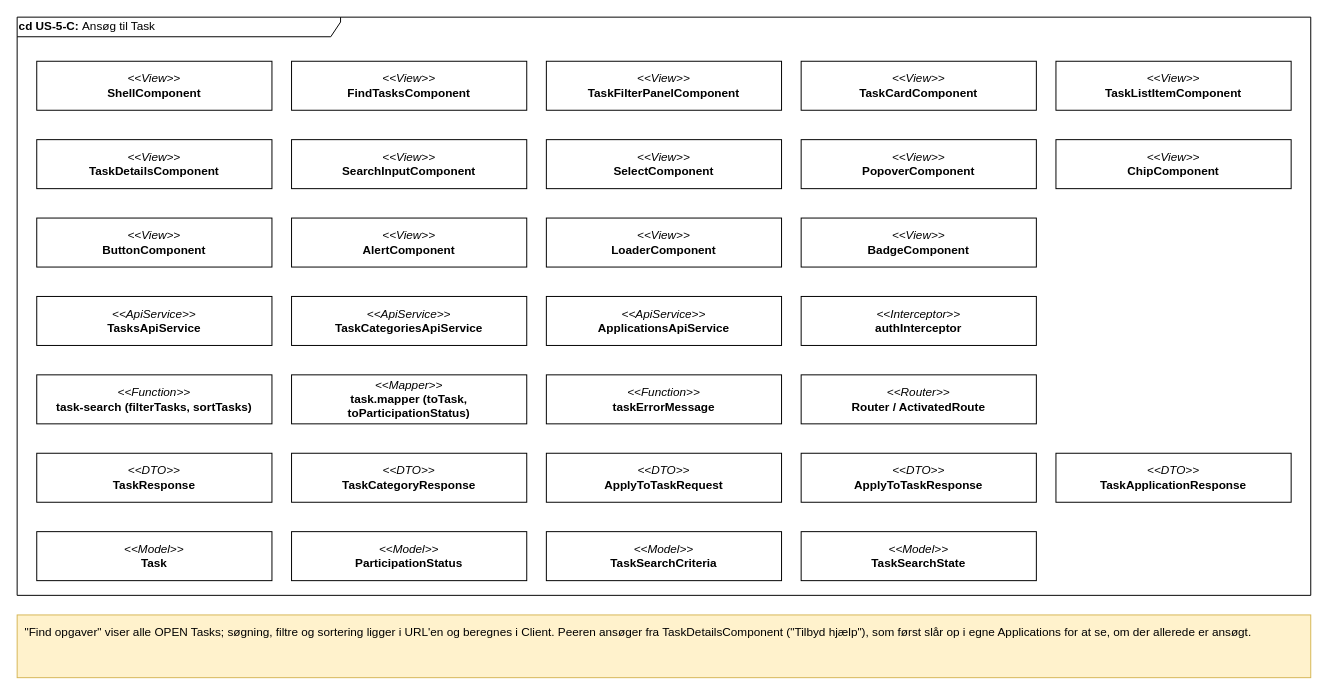
The draw.io diagram page "2 - klasser" (2 of 3) of drawio/Applikationsmodeller/US5/FE/US5_ApplyToTask.drawio in Echo-AU/artifacts, before the edit. Source tidied: cells renumbered, new cells numbered last; positions are measured from the earlier drawing's top-left corner, leaving out a move shared by most shapes. Both pictures are drawn from the tidied source at 98%, with x=0, y=0 at pixel (17, 17).
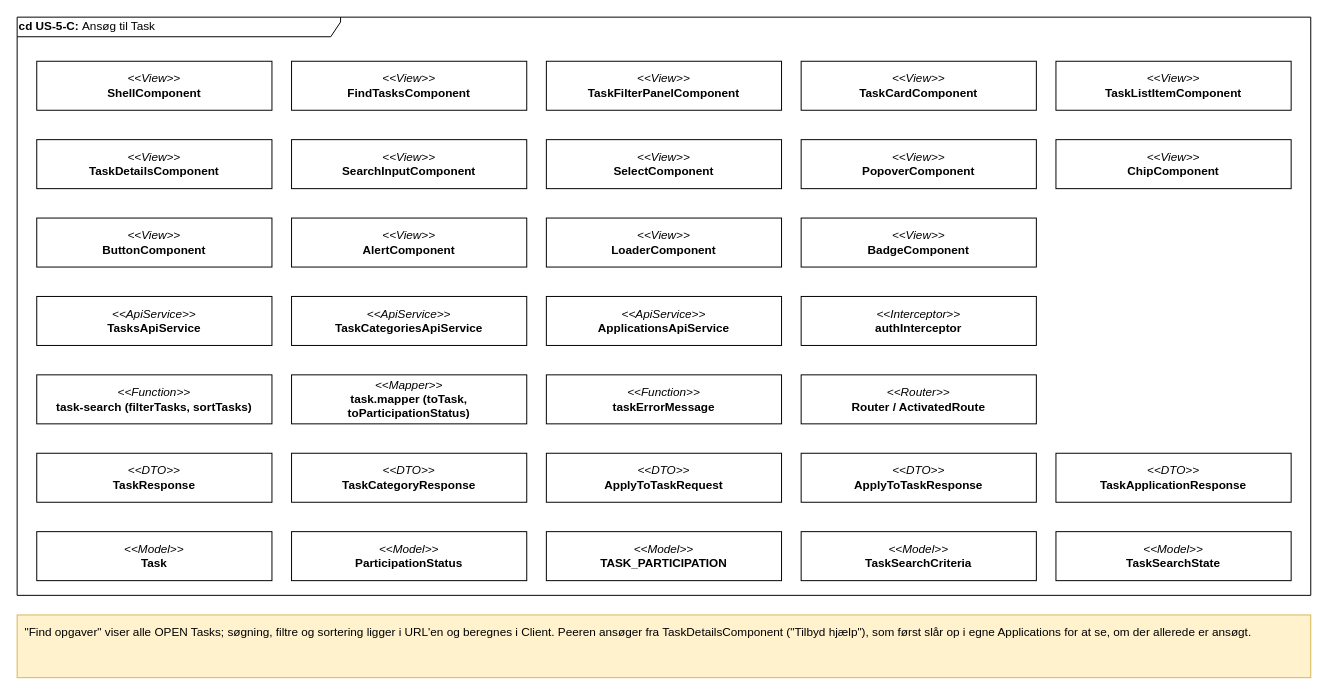
Above is the later version.

Diff of the diagram source:
```diff
@@
-    <mxCell id="32" value="&lt;span style=&quot;font-weight: normal;&quot;&gt;&lt;i&gt;&amp;lt;&amp;lt;Model&amp;gt;&amp;gt;&lt;/i&gt;&lt;/span&gt;&lt;div&gt;TaskSearchCriteria&lt;/div&gt;" style="rounded=0;whiteSpace=wrap;html=1;fontStyle=1;" parent="1" vertex="1">
+    <mxCell id="32" value="&lt;span style=&quot;font-weight: normal;&quot;&gt;&lt;i&gt;&amp;lt;&amp;lt;Model&amp;gt;&amp;gt;&lt;/i&gt;&lt;/span&gt;&lt;div&gt;TASK_PARTICIPATION&lt;/div&gt;" style="rounded=0;whiteSpace=wrap;html=1;fontStyle=1;" parent="1" vertex="1">
       <mxGeometry x="540" y="525" width="240" height="50" as="geometry" />
     </mxCell>
-    <mxCell id="33" value="&lt;span style=&quot;font-weight: normal;&quot;&gt;&lt;i&gt;&amp;lt;&amp;lt;Model&amp;gt;&amp;gt;&lt;/i&gt;&lt;/span&gt;&lt;div&gt;TaskSearchState&lt;/div&gt;" style="rounded=0;whiteSpace=wrap;html=1;fontStyle=1;" parent="1" vertex="1">
+    <mxCell id="33" value="&lt;span style=&quot;font-weight: normal;&quot;&gt;&lt;i&gt;&amp;lt;&amp;lt;Model&amp;gt;&amp;gt;&lt;/i&gt;&lt;/span&gt;&lt;div&gt;TaskSearchCriteria&lt;/div&gt;" style="rounded=0;whiteSpace=wrap;html=1;fontStyle=1;" parent="1" vertex="1">
       <mxGeometry x="800" y="525" width="240" height="50" as="geometry" />
     </mxCell>
-    <mxCell id="34" value="&quot;Find opgaver&quot; viser alle OPEN Tasks; søgning, filtre og sortering ligger i URL'en og beregnes i Client. Peeren ansøger fra TaskDetailsComponent (&quot;Tilbyd hjælp&quot;), som først slår op i egne Applications for at se, om der allerede er ansøgt." style="rounded=0;whiteSpace=wrap;html=1;fillColor=#fff2cc;strokeColor=#d6b656;align=left;verticalAlign=top;spacingLeft=6;spacingTop=4;" parent="1" vertex="1">
-      <mxGeometry y="610" width="1320" height="64" as="geometry" />
+    <mxCell id="34" value="&lt;span style=&quot;font-weight: normal;&quot;&gt;&lt;i&gt;&amp;lt;&amp;lt;Model&amp;gt;&amp;gt;&lt;/i&gt;&lt;/span&gt;&lt;div&gt;TaskSearchState&lt;/div&gt;" style="rounded=0;whiteSpace=wrap;html=1;fontStyle=1;" parent="1" vertex="1">
+      <mxGeometry x="1060" y="525" width="240" height="50" as="geometry" />
     </mxCell>
+    <mxCell id="35" value="&quot;Find opgaver&quot; viser alle OPEN Tasks; søgning, filtre og sortering ligger i URL'en og beregnes i Client. Peeren ansøger fra TaskDetailsComponent (&quot;Tilbyd hjælp&quot;), som først slår op i egne Applications for at se, om der allerede er ansøgt." style="rounded=0;whiteSpace=wrap;html=1;fillColor=#fff2cc;strokeColor=#d6b656;align=left;verticalAlign=top;spacingLeft=6;spacingTop=4;" parent="1" vertex="1">
+      <mxGeometry y="610" width="1320" height="64" as="geometry" />
+    </mxCell>
```
